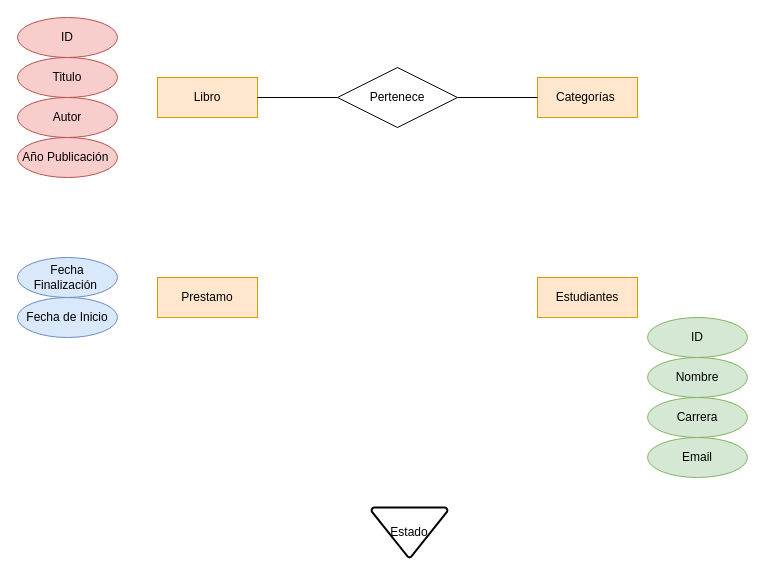
This is LabMertoMR.drawio from SebassX69/DiagramasDB, a draw.io file, before an edit. Source tidied: cells renumbered, new cells numbered last; positions are measured from the earlier drawing's top-left corner, leaving out a move shared by most shapes. Both pictures are drawn from the tidied source at 100%, with x=0, y=0 at pixel (17, 17).
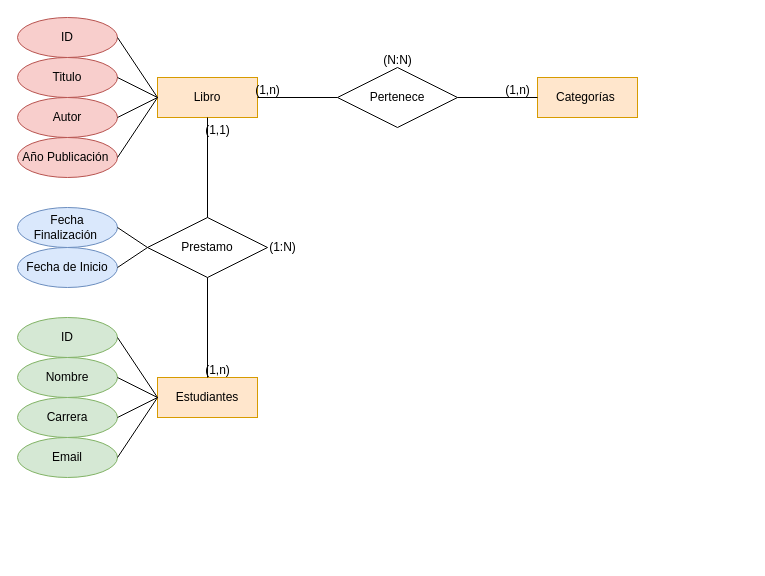
After the change.

Unchanged cells that the change refers to:
```xml
<mxCell id="2" value="Libro" style="whiteSpace=wrap;html=1;align=center;fillColor=#ffe6cc;strokeColor=#d79b00;" parent="1" vertex="1">
  <mxGeometry x="140" y="60" width="100" height="40" as="geometry" />
</mxCell>
<mxCell id="3" value="ID" style="ellipse;whiteSpace=wrap;html=1;align=center;fillColor=#f8cecc;strokeColor=#b85450;" parent="1" vertex="1">
  <mxGeometry width="100" height="40" as="geometry" />
</mxCell>
<mxCell id="4" value="Titulo" style="ellipse;whiteSpace=wrap;html=1;align=center;fillColor=#f8cecc;strokeColor=#b85450;" parent="1" vertex="1">
  <mxGeometry y="40" width="100" height="40" as="geometry" />
</mxCell>
<mxCell id="5" value="Autor" style="ellipse;whiteSpace=wrap;html=1;align=center;fillColor=#f8cecc;strokeColor=#b85450;" parent="1" vertex="1">
  <mxGeometry y="80" width="100" height="40" as="geometry" />
</mxCell>
<mxCell id="6" value="Año Publicación&lt;span style=&quot;background-color: transparent; color: light-dark(rgb(0, 0, 0), rgb(255, 255, 255));&quot;&gt;&amp;nbsp;&lt;/span&gt;" style="ellipse;whiteSpace=wrap;html=1;align=center;fillColor=#f8cecc;strokeColor=#b85450;" parent="1" vertex="1">
  <mxGeometry y="120" width="100" height="40" as="geometry" />
</mxCell>
```

Diff of the diagram source:
```diff
@@
     <mxCell id="9" value="Estudiantes" style="whiteSpace=wrap;html=1;align=center;fillColor=#ffe6cc;strokeColor=#d79b00;" parent="1" vertex="1">
-      <mxGeometry x="520" y="260" width="100" height="40" as="geometry" />
+      <mxGeometry x="140" y="360" width="100" height="40" as="geometry" />
     </mxCell>
     <mxCell id="10" value="ID" style="ellipse;whiteSpace=wrap;html=1;align=center;fillColor=#d5e8d4;strokeColor=#82b366;" parent="1" vertex="1">
-      <mxGeometry x="630" y="300" width="100" height="40" as="geometry" />
+      <mxGeometry y="300" width="100" height="40" as="geometry" />
     </mxCell>
     <mxCell id="11" value="Nombre" style="ellipse;whiteSpace=wrap;html=1;align=center;fillColor=#d5e8d4;strokeColor=#82b366;" parent="1" vertex="1">
-      <mxGeometry x="630" y="340" width="100" height="40" as="geometry" />
+      <mxGeometry y="340" width="100" height="40" as="geometry" />
     </mxCell>
     <mxCell id="12" value="Carrera" style="ellipse;whiteSpace=wrap;html=1;align=center;fillColor=#d5e8d4;strokeColor=#82b366;" parent="1" vertex="1">
-      <mxGeometry x="630" y="380" width="100" height="40" as="geometry" />
+      <mxGeometry y="380" width="100" height="40" as="geometry" />
     </mxCell>
     <mxCell id="13" value="Email" style="ellipse;whiteSpace=wrap;html=1;align=center;fillColor=#d5e8d4;strokeColor=#82b366;" parent="1" vertex="1">
-      <mxGeometry x="630" y="420" width="100" height="40" as="geometry" />
+      <mxGeometry y="420" width="100" height="40" as="geometry" />
     </mxCell>
@@
-    <mxCell id="16" value="Prestamo" style="whiteSpace=wrap;html=1;align=center;fillColor=#ffe6cc;strokeColor=#d79b00;" parent="1" vertex="1">
-      <mxGeometry x="140" y="260" width="100" height="40" as="geometry" />
-    </mxCell>
     <mxCell id="17" value="Fecha de Inicio" style="ellipse;whiteSpace=wrap;html=1;align=center;fillColor=#dae8fc;strokeColor=#6c8ebf;" parent="1" vertex="1">
-      <mxGeometry y="280" width="100" height="40" as="geometry" />
+      <mxGeometry y="230" width="100" height="40" as="geometry" />
     </mxCell>
     <mxCell id="18" value="Fecha Finalización&amp;nbsp;" style="ellipse;whiteSpace=wrap;html=1;align=center;fillColor=#dae8fc;strokeColor=#6c8ebf;" parent="1" vertex="1">
-      <mxGeometry y="240" width="100" height="40" as="geometry" />
+      <mxGeometry y="190" width="100" height="40" as="geometry" />
     </mxCell>
-    <mxCell id="19" value="Estado" style="strokeWidth=2;html=1;shape=mxgraph.flowchart.merge_or_storage;whiteSpace=wrap;" parent="1" vertex="1">
-      <mxGeometry x="354" y="490" width="76" height="50" as="geometry" />
-    </mxCell>
+    <mxCell id="20" style="endArrow=none;html=1;rounded=0;exitX=0;exitY=0.5;exitDx=0;exitDy=0;entryX=1;entryY=0.5;entryDx=0;entryDy=0;" parent="1" edge="1" source="2" target="3">
+      <mxGeometry relative="1" as="geometry" />
+    </mxCell>
+    <mxCell id="21" style="endArrow=none;html=1;rounded=0;exitX=0;exitY=0.5;exitDx=0;exitDy=0;entryX=1;entryY=0.5;entryDx=0;entryDy=0;" parent="1" edge="1" source="2" target="4">
+      <mxGeometry relative="1" as="geometry" />
+    </mxCell>
+    <mxCell id="22" style="endArrow=none;html=1;rounded=0;exitX=0;exitY=0.5;exitDx=0;exitDy=0;entryX=1;entryY=0.5;entryDx=0;entryDy=0;" parent="1" edge="1" source="2" target="5">
+      <mxGeometry relative="1" as="geometry" />
+    </mxCell>
+    <mxCell id="23" style="endArrow=none;html=1;rounded=0;exitX=0;exitY=0.5;exitDx=0;exitDy=0;entryX=1;entryY=0.5;entryDx=0;entryDy=0;" parent="1" edge="1" source="2" target="6">
+      <mxGeometry relative="1" as="geometry" />
+    </mxCell>
+    <mxCell id="24" value="(1,n)" style="text;html=1;align=center;verticalAlign=middle;strokeColor=none;fillColor=none;" parent="1" vertex="1">
+      <mxGeometry x="225" y="58" width="50" height="30" as="geometry" />
+    </mxCell>
+    <mxCell id="25" value="(1,n)" style="text;html=1;align=center;verticalAlign=middle;strokeColor=none;fillColor=none;" parent="1" vertex="1">
+      <mxGeometry x="475" y="58" width="50" height="30" as="geometry" />
+    </mxCell>
+    <mxCell id="26" value="(N:N)" style="text;html=1;align=center;verticalAlign=middle;strokeColor=none;fillColor=none;" parent="1" vertex="1">
+      <mxGeometry x="355" y="28" width="50" height="30" as="geometry" />
+    </mxCell>
+    <mxCell id="27" style="endArrow=none;html=1;rounded=0;entryX=1;entryY=0.5;entryDx=0;entryDy=0;exitX=0;exitY=0.5;exitDx=0;exitDy=0;" parent="1" edge="1" source="9" target="10">
+      <mxGeometry relative="1" as="geometry" />
+    </mxCell>
+    <mxCell id="28" style="endArrow=none;html=1;rounded=0;entryX=1;entryY=0.5;entryDx=0;entryDy=0;exitX=0;exitY=0.5;exitDx=0;exitDy=0;" parent="1" edge="1" source="9" target="11">
+      <mxGeometry relative="1" as="geometry" />
+    </mxCell>
+    <mxCell id="29" style="endArrow=none;html=1;rounded=0;entryX=1;entryY=0.5;entryDx=0;entryDy=0;exitX=0;exitY=0.5;exitDx=0;exitDy=0;" parent="1" edge="1" source="9" target="12">
+      <mxGeometry relative="1" as="geometry" />
+    </mxCell>
+    <mxCell id="30" style="endArrow=none;html=1;rounded=0;entryX=1;entryY=0.5;entryDx=0;entryDy=0;exitX=0;exitY=0.5;exitDx=0;exitDy=0;" parent="1" edge="1" source="9" target="13">
+      <mxGeometry relative="1" as="geometry" />
+    </mxCell>
+    <mxCell id="16" value="Prestamo" style="shape=rhombus;perimeter=rhombusPerimeter;whiteSpace=wrap;html=1;align=center;" parent="1" vertex="1">
+      <mxGeometry x="130" y="200" width="120" height="60" as="geometry" />
+    </mxCell>
+    <mxCell id="31" style="endArrow=none;html=1;rounded=0;entryX=0.5;entryY=1;entryDx=0;entryDy=0;exitX=0.5;exitY=0;exitDx=0;exitDy=0;" parent="1" edge="1" source="16" target="2">
+      <mxGeometry relative="1" as="geometry" />
+    </mxCell>
+    <mxCell id="32" style="endArrow=none;html=1;rounded=0;entryX=0.5;entryY=1;entryDx=0;entryDy=0;exitX=0.5;exitY=0;exitDx=0;exitDy=0;" parent="1" edge="1" source="9" target="16">
+      <mxGeometry relative="1" as="geometry" />
+    </mxCell>
+    <mxCell id="33" value="(1,n)" style="text;html=1;align=center;verticalAlign=middle;strokeColor=none;fillColor=none;" parent="1" vertex="1">
+      <mxGeometry x="175" y="338" width="50" height="30" as="geometry" />
+    </mxCell>
+    <mxCell id="34" value="(1,1)" style="text;html=1;align=center;verticalAlign=middle;strokeColor=none;fillColor=none;" parent="1" vertex="1">
+      <mxGeometry x="175" y="98" width="50" height="30" as="geometry" />
+    </mxCell>
+    <mxCell id="35" value="(1:N)" style="text;html=1;align=center;verticalAlign=middle;strokeColor=none;fillColor=none;" parent="1" vertex="1">
+      <mxGeometry x="240" y="215" width="50" height="30" as="geometry" />
+    </mxCell>
+    <mxCell id="36" style="endArrow=none;html=1;rounded=0;entryX=1;entryY=0.5;entryDx=0;entryDy=0;exitX=0;exitY=0.5;exitDx=0;exitDy=0;" parent="1" edge="1" source="16" target="18">
+      <mxGeometry relative="1" as="geometry" />
+    </mxCell>
+    <mxCell id="37" style="endArrow=none;html=1;rounded=0;entryX=1;entryY=0.5;entryDx=0;entryDy=0;exitX=0;exitY=0.5;exitDx=0;exitDy=0;" parent="1" edge="1" source="16" target="17">
+      <mxGeometry relative="1" as="geometry" />
+    </mxCell>
```
